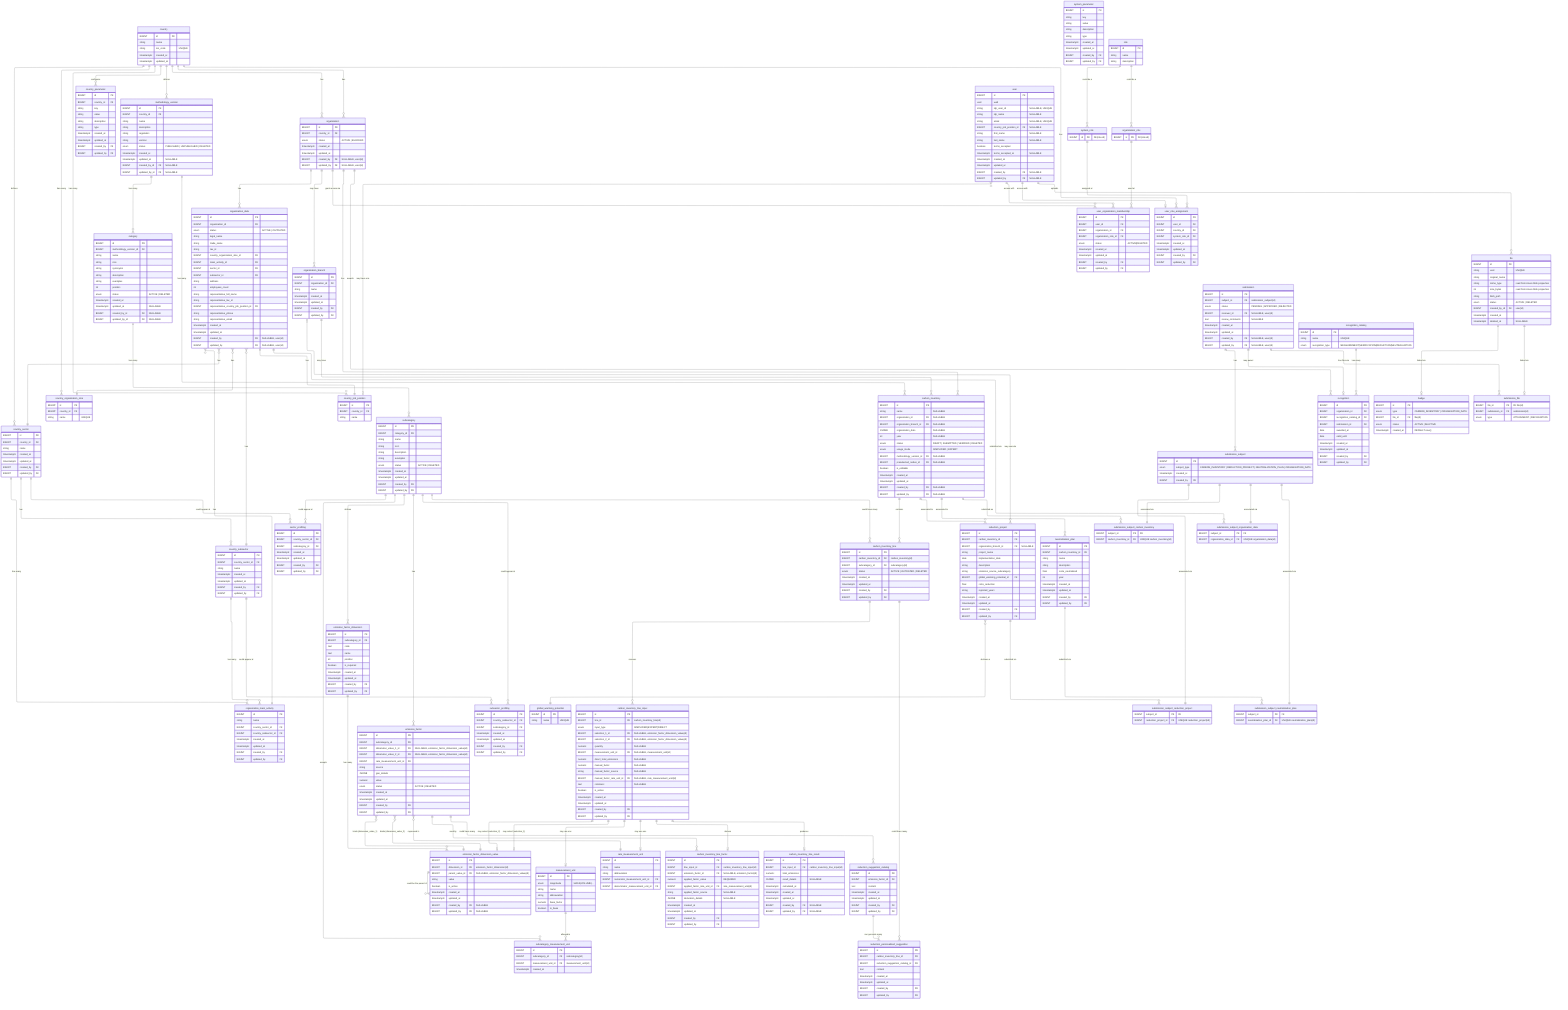
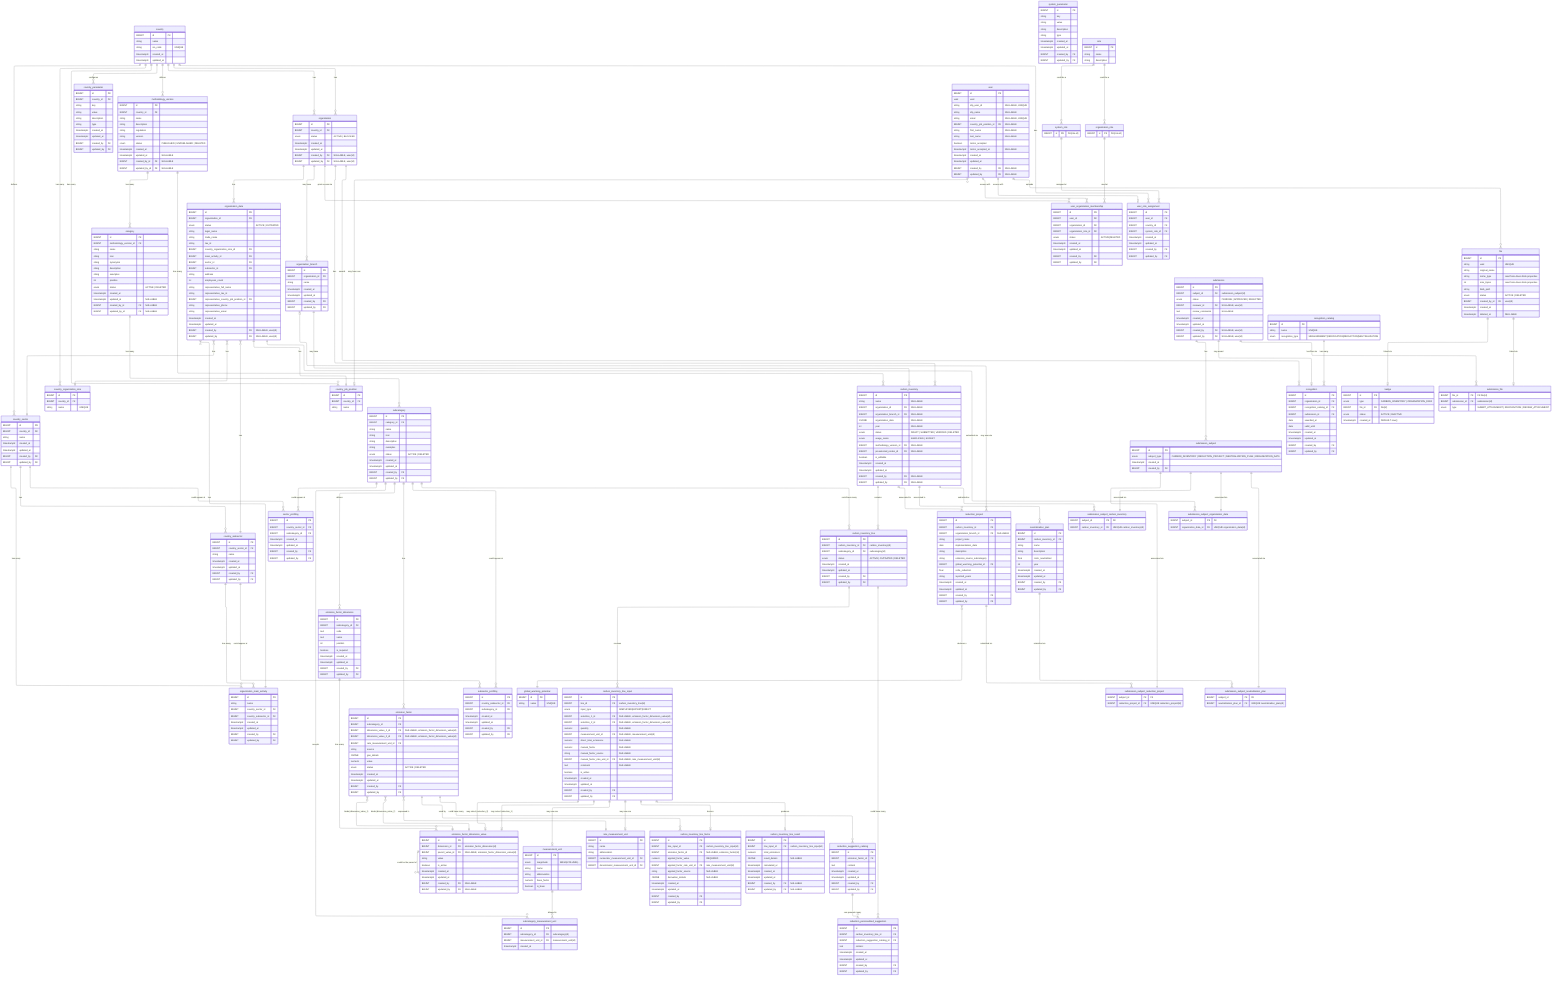
---
config:
  layout: elk
---
erDiagram
	direction TB

	%% ============================================================
	%% Design Principles
	%% ============================================================

	%% 🔷 Core Modeling Principles
	%% 	1.	Each table has a single, well-defined responsibility
	%% Tables are designed to represent one concept only (e.g. configuration, input, result, workflow), avoiding mixed concerns.

	%% 	2.	Relationships reflect real business rules, not just foreign keys
	%% Cardinalities and optionality are chosen to express domain constraints, not merely technical implementation details.

	%% 	3.	Nullability is intentional and meaningful
	%% Nullable fields indicate valid domain states (e.g. optional associations, draft data), not incomplete design.

	%% ⸻

	%% 🔷 Configuration & Reference Data
	%% 	4.	Reference data is normalized and centralized
	%% Shared concepts (statuses, units, potentials) are defined once and reused across the system.

	%% 	5.	Volatile enums are modeled as tables, not database ENUMs
	%% Any value expected to evolve (statuses, workflows) is stored in catalog tables to avoid schema migrations.

	%% 	6.	Stable physical concepts may use ENUMs
	%% Concepts that are scientifically stable (e.g. unit magnitude, usage mode) may use database ENUMs for safety and clarity.

	%% ⸻

	%% 🔷 Methodology & Emission Factors

	%% 	7.	Methodology is versioned and country-scoped
	%% All categories, subcategories, and factors belong to a specific methodology version tied to a country.

	%% 	8.	Emission factors are defined by standardized dimensions, not free text
	%% User selections and factor matching are driven by normalized dimension values to ensure consistency and correctness.

	%% 	9.	Dimension cardinality reflects domain reality, not generic flexibility
	%% Emission factors support up to two dimensions by design, matching current methodology requirements and admin workflows.

	%% 	10.	Administrative workflows are hierarchical and sequential
	%% New entities are created top-down (category → subcategory → dimension → value → factor), enforcing consistency at each level.

	%% ⸻

	%% 🔷 Inventory & Calculation

	%% 	11.	Input, factor selection, and results are modeled as separate concerns
	%% User input, factor derivation, and calculated results are stored in distinct tables for clarity and auditability.

	%% 	12.	Results are always derived from immutable input snapshots
	%% Calculated emissions reference the exact input used, ensuring reproducibility even if inputs change later.

	%% 	13.	Historical data is preserved; updates create new versions
	%% Changes do not overwrite previous data but create new records, maintaining a complete audit trail.

	%% ⸻

	%% 🔷 Workflow & Submissions

	%% 	14.	Workflows are modeled as data, not booleans
	%% Submissions, approvals, and recognitions are represented explicitly rather than inferred from flags.

	%% 	15.	Polymorphism is handled via explicit subject tables
	%% Submissions reference a generic subject entity with concrete subtype tables, avoiding nullable polymorphic foreign keys.

	%% 	16.	Recognitions are awarded based on submissions, not raw entities
	%% This ensures all awards are traceable to a validated review process.

	%% ⸻

	%% 🔷 Audit & Governance

	%% 	17.	Audit fields are applied based on responsibility and mutability
	%% Operational tables are auditable; reference and system-owned tables may omit audit fields by design.

	%% 	18.	System-generated data does not pretend to have an author
	%% Automatically calculated results record timestamps but not created_by or updated_by.

	%% 	19.	Database constraints enforce correctness wherever possible
	%% Uniqueness, consistency, and invariants are enforced at the database level rather than relying solely on application logic.


	%% ⸻

	%% 🔷 Evolution & Maintainability

	%% 	20.	Design favors clarity and correctness over premature generalization
	%% Flexibility is introduced only when driven by real domain requirements, not hypothetical future use cases.

	%% 	21.	Future extensions are possible without breaking existing data
	%% The model anticipates evolution (e.g. new methodologies, new workflows) while keeping current usage simple and explicit.

	%% ⸻

	%% These principles are intentional.
	%% Changes to the model should preserve these invariants unless there is a clear domain-driven reason to evolve them.

	%% ============================================================
	%% 🟦 Country & configuration (7)
	%% ============================================================

	country {
		BIGINT id PK ""
		string name  ""
		string iso_code "UNIQUE"
		timestamptz created_at  ""
		timestamptz updated_at  ""
	}

	country_parameter {
		BIGINT id PK ""
		BIGINT country_id FK ""
		string key  ""
		string value  ""
		string description  ""
		string type  ""
		timestamptz created_at  ""
		timestamptz updated_at  ""
		BIGINT created_by FK ""
		BIGINT updated_by FK ""
	}

	system_parameter {
		BIGINT id PK ""
		string key  ""
		string value  ""
		string description  ""
		string type  ""
		timestamptz created_at  ""
		timestamptz updated_at  ""
		BIGINT created_by FK ""
		BIGINT updated_by FK ""
	}

	country_sector {
		BIGINT id PK ""
		BIGINT country_id FK ""
		string name  ""
		timestamptz created_at  ""
		timestamptz updated_at  ""
		BIGINT created_by FK ""
		BIGINT updated_by FK ""
	}

	country_subsector {
		BIGINT id PK ""
		BIGINT country_sector_id FK ""
		string name  ""
		timestamptz created_at  ""
		timestamptz updated_at  ""
		BIGINT created_by FK ""
		BIGINT updated_by FK ""
	}

	country_organization_size {
		BIGINT id PK ""
		BIGINT country_id FK ""
		string name  "UNIQUE"
	}

	organization_main_activity {
		BIGINT id PK ""
		string name ""
		BIGINT country_sector_id FK ""
		BIGINT country_subsector_id FK ""
		timestamptz created_at ""
		timestamptz updated_at ""
		BIGINT created_by FK ""
		BIGINT updated_by FK ""
	}

	country_job_position {
		BIGINT id PK ""
		BIGINT country_id FK ""
		string name  ""
	}

	%% ============================================================
	%% 🟩 Methodology & factors (10)
	%% ============================================================

	methodology_version {
		BIGINT id PK ""
		BIGINT country_id FK ""
		string name  ""
		string description  ""
		string regulation ""
		string version ""
		enum status "PUBLISHED | UNPUBLISHED | DELETED"
		timestamptz created_at  ""
		timestamptz updated_at  "NULLABLE"
		BIGINT created_by_id FK "NULLABLE"
		BIGINT updated_by_id FK "NULLABLE"
		%% Enforce via trigger at most 1 active per country
	}

	category {
		BIGINT id PK ""
		BIGINT methodology_version_id FK ""
		string name ""
		string icon ""
		%% just for displaying
		string synonyms ""
		%% just for displaying
		string description ""
		%% just for displaying
		string examples ""
		%% Position must be > 0 (enforced by DB CHECK constraint)
		int position ""
		enum status "ACTIVE | DELETED"
		timestamptz created_at  ""
		timestamptz updated_at  "NULLABLE"
		BIGINT created_by_id FK "NULLABLE"
		BIGINT updated_by_id FK "NULLABLE"
		%% UNIQUE(methodology_version_id, name)
		%% UNIQUE(methodology_version_id, position)
	}

	subcategory {
		BIGINT id PK ""
		BIGINT category_id FK ""
		string name  ""
		string icon ""
		%% just for displaying
		string description  ""
		%% just for displaying
		string examples ""
		enum status "ACTIVE | DELETED"
		timestamptz created_at  ""
		timestamptz updated_at  ""
		BIGINT created_by FK ""
		BIGINT updated_by FK ""
	}

	emission_factor_dimension {
		BIGINT id PK ""
		BIGINT subcategory_id FK ""
		%% Like: FUEL_GROUP, FUEL_TYPE, GAS_TYPE
		text code ""
		%% Like: Tipo de combustible, Tipo de gas
		text name ""
		%% Like: 1, 2, 3 (order in UI & logic)
		int position ""
		boolean is_required ""
		timestamptz created_at  ""
		timestamptz updated_at  ""
		BIGINT created_by FK ""
		BIGINT updated_by FK ""
		%% UNIQUE(subcategory_id, position),
		%% UNIQUE(subcategory_id, code)
	}

	emission_factor_dimension_value {
		BIGINT id PK ""
		BIGINT dimension_id FK "emission_factor_dimension(id)"
		BIGINT parent_value_id FK "NULLABLE, emission_factor_dimension_value(id)"
		%% Like: Natural gas, Diesel, Kerosene, etc
		string value ""
		boolean is_active ""
		timestamptz created_at  ""
		timestamptz updated_at  ""
		BIGINT created_by FK "NULLABLE"
		BIGINT updated_by FK "NULLABLE"
		%% UNIQUE(dimension_id, value)
	}

	emission_factor {
		BIGINT id PK ""
		BIGINT subcategory_id FK ""
		%% Emission factors currently support up to two dimensions via fixed columns.
		%% A binding table was considered for unbounded dimensions but intentionally not used to keep queries and constraints simple.
		BIGINT dimension_value_1_id FK "NULLABLE, emission_factor_dimension_value(id)"
		BIGINT dimension_value_2_id FK "NULLABLE, emission_factor_dimension_value(id)"
		BIGINT rate_measurement_unit_id FK ""
		string source  ""
		JSONB gas_details ""
		numeric value  ""
		enum status "ACTIVE | DELETED"
		timestamptz created_at  ""
		timestamptz updated_at  ""
		BIGINT created_by FK ""
		BIGINT updated_by FK ""
		%% Enforce UNIQUE (subcategory_id, dimension_value_1_id, dimension_value_2_id) WHERE status = 'ACTIVE'
	}

	sector_profiling {
		BIGINT id PK ""
		BIGINT country_sector_id FK ""
		BIGINT subcategory_id FK ""
		timestamptz created_at  ""
		timestamptz updated_at  ""
		BIGINT created_by FK ""
		BIGINT updated_by FK ""
		%% UNIQUE(country_sector_id, subcategory_id)
	}

	subsector_profiling {
		BIGINT id PK ""
		BIGINT country_subsector_id FK ""
		BIGINT subcategory_id FK ""
		timestamptz created_at  ""
		timestamptz updated_at  ""
		BIGINT created_by FK ""
		BIGINT updated_by FK ""
		%% UNIQUE(country_subsector_id, subcategory_id)
	}

	measurement_unit {
		BIGINT id PK ""
		enum magnitude  "MASS|VOLUME|..."
		string name  ""
		string abbreviation  ""
		numeric base_factor  ""
		boolean is_base  ""
		%% Enforce UNIQUE (magnitude) WHERE is_base = true
	}

	rate_measurement_unit {
		BIGINT id PK ""
		string name  ""
		string abbreviation  ""
		BIGINT numerator_measurement_unit_id FK ""
		BIGINT denominator_measurement_unit_id FK ""
	}

	subcategory_measurement_unit {
		BIGINT id PK ""
		BIGINT subcategory_id FK "subcategory(id)"
		BIGINT measurement_unit_id FK "measurement_unit(id)"
		timestamptz created_at ""
		%% UNIQUE(subcategory_id, measurement_unit_id)
	}

	global_warming_potential {
		BIGINT id PK ""
		string name "UNIQUE"
		%% AR4, AR5, etc...
	}

	%% ============================================================
	%% 🟨 Organizations & users (8)
	%% ============================================================

	organization {
		BIGINT id PK
		BIGINT country_id FK
		enum status "ACTIVE | BLOCKED"
		timestamptz created_at
		timestamptz updated_at
		BIGINT created_by FK "NULLABLE, user(id)"
		BIGINT updated_by FK "NULLABLE, user(id)"
  	}

	organization_data {
		BIGINT id PK
		BIGINT organization_id FK
		enum status "ACTIVE | OUTDATED"

		%% organization data
		string legal_name
		string trade_name
		string tax_id
		BIGINT country_organization_size_id FK
		BIGINT main_activity_id FK
		BIGINT sector_id FK
		BIGINT subsector_id FK
		string address
		int employees_count

		%% representative data
		string representative_full_name
		string representative_tax_id
		BIGINT representative_country_job_position_id FK
		string representative_phone
		string representative_email

		timestamptz created_at
		timestamptz updated_at
		BIGINT created_by FK "NULLABLE, user(id)"
		BIGINT updated_by FK "NULLABLE, user(id)"
	}

	organization_branch {
		BIGINT id PK ""
		BIGINT organization_id FK ""
		string name  ""
		timestamptz created_at  ""
		timestamptz updated_at  ""
		BIGINT created_by FK ""
		BIGINT updated_by FK ""
	}

	user {
		BIGINT id PK ""
		uuid uuid  ""
		string idp_user_id "NULLABLE, UNIQUE"
		string idp_name "NULLABLE"
		string email  "NULLABLE, UNIQUE"
		BIGINT country_job_position_id FK "NULLABLE"
		string first_name "NULLABLE"
		string last_name "NULLABLE"
		boolean terms_accepted ""
		timestamptz terms_accepted_at "NULLABLE"
		timestamptz created_at  ""
		timestamptz updated_at  ""
		BIGINT created_by FK "NULLABLE"
		BIGINT updated_by FK "NULLABLE"
	}

	%% abstract parent table
	role {
		BIGINT id PK ""
		string name ""
		string description ""
	}

	system_role {
		BIGINT id PK "FK(role.id)"
	}

	organization_role {
		BIGINT id PK "FK(role.id)"
	}


	user_organization_membership {
		BIGINT id PK ""
		BIGINT user_id FK ""
		BIGINT organization_id FK ""
		BIGINT organization_role_id FK ""
		enum status "ACTIVE|DELETED"
		timestamptz created_at  ""
		timestamptz updated_at  ""
		BIGINT created_by FK ""
		BIGINT updated_by FK ""
		%% UNIQUE(user_id, organization_id, organization_role_id)
	}

	user_role_assignment {
		BIGINT id PK ""
		BIGINT user_id FK ""
		BIGINT country_id FK ""
		BIGINT system_role_id FK ""
		timestamptz created_at  ""
		timestamptz updated_at  ""
		BIGINT created_by FK ""
		BIGINT updated_by FK ""
		%% UNIQUE(user_id, country_id, system_role_id)
	}

	%% ============================================================
	%% 🟧 Inventory & calculation (9)
	%% ============================================================

	%% organization & organization_branch will be NULL when user does not belong to any org.
	carbon_inventory {
		BIGINT id PK ""
		string name "NULLABLE"
		BIGINT organization_id FK "NULLABLE"
		BIGINT organization_branch_id FK "NULLABLE"
		JSONB organization_data "NULLABLE"
		int year "NULLABLE"
		enum status "DRAFT | SUBMITTED | VERIFIED | DELETED"
		enum usage_mode "SIMPLIFIED | EXPERT"
		BIGINT methodology_version_id FK "NULLABLE"
		BIGINT preselected_nodes_id FK "NULLABLE"
		boolean is_editable ""
		timestamptz created_at  ""
		timestamptz updated_at  ""
		BIGINT created_by FK "NULLABLE"
		BIGINT updated_by FK "NULLABLE"
	}

	%% A "line" represents what is being measured (subcategory) for a given inventory.
	%% We do not store quantities/factors/selections here. It's the anchor.
	carbon_inventory_line {
		BIGINT id PK ""
		BIGINT carbon_inventory_id FK "carbon_inventory(id)"
		BIGINT subcategory_id FK "subcategory(id)"
		enum status "ACTIVE | OUTDATED | DELETED"
		timestamptz created_at  ""
		timestamptz updated_at  ""
		BIGINT created_by FK ""
		BIGINT updated_by FK ""
	}

	carbon_inventory_line_input {
		BIGINT id PK ""
		BIGINT line_id FK "carbon_inventory_line(id)"
		enum input_type "SIMPLIFIED|EXPERT|DIRECT"

		%% the "dimension selections" (more on dimension standardization in section 4)
		BIGINT selection_1_id FK "NULLABLE, emission_factor_dimension_value(id)"
		BIGINT selection_2_id FK "NULLABLE, emission_factor_dimension_value(id)"

		numeric quantity "NULLABLE"
		BIGINT measurement_unit_id FK "NULLABLE, measurement_unit(id)"

		%% For DIRECT mode:
		numeric direct_total_emissions "NULLABLE"

		%% For EXPERT mode:
		numeric manual_factor "NULLABLE"
		string manual_factor_source "NULLABLE"
		BIGINT manual_factor_rate_unit_id FK "NULLABLE, rate_measurement_unit(id)"

		text comment "NULLABLE"
		boolean is_active ""
		timestamptz created_at  ""
		timestamptz updated_at  ""
		BIGINT created_by FK ""
		BIGINT updated_by FK ""
		%% Enforce only one active input per line: UNIQUE(line_id) WHERE is_active = true
	}

	%% This stores "what factor did we use, after conversions, and why" so results are reproducible.
	carbon_inventory_line_factor {
		BIGINT id PK ""
		BIGINT line_input_id FK "carbon_inventory_line_input(id)"

		%% chosen factor: either from catalog (simplified) or null for expert/direct
		BIGINT emission_factor_id FK "NULLABLE, emission_factor(id)"

		%% normalized factor actually used in the computation (post-conversion)
		%% REQUIRED: Must always be present for result reproducibility
		numeric applied_factor_value "REQUIRED"
		BIGINT applied_factor_rate_unit_id FK "rate_measurement_unit(id)"
		string applied_factor_source "NULLABLE"

		%% optionally store a JSON blob explaining conversion steps for auditability
		JSONB derivation_details "NULLABLE"

		timestamptz created_at  ""
		timestamptz updated_at  ""
		BIGINT created_by FK ""
		BIGINT updated_by FK ""
		%% Enforce 1 factor row per input: UNIQUE(line_input_id)
	}

	carbon_inventory_line_result {
		BIGINT id PK ""
		BIGINT line_input_id FK "carbon_inventory_line_input(id)"
		numeric total_emissions ""
		%% optionally store breakdown: per-gas, CO2e, etc.
		JSONB result_details "NULLABLE"
		timestamptz calculated_at ""
		timestamptz created_at  ""
		timestamptz updated_at  ""
		BIGINT created_by FK "NULLABLE"
		BIGINT updated_by FK "NULLABLE"
		%% Ensure 1 result per input: UNIQUE(line_input_id)
	}

	reduction_suggestion_catalog {
		BIGINT id PK ""
		BIGINT emission_factor_id FK ""
		text content  ""
		timestamptz created_at  ""
		timestamptz updated_at  ""
		BIGINT created_by FK ""
		BIGINT updated_by FK ""
	}

	%% We plan to create these suggestion with AI
	reduction_personalized_suggestion {
		BIGINT id PK ""
		BIGINT carbon_inventory_line_id FK ""
		BIGINT reduction_suggestion_catalog_id FK ""
		text content  ""
		timestamptz created_at  ""
		timestamptz updated_at  ""
		BIGINT created_by FK ""
		BIGINT updated_by FK ""
	}

	reduction_project {
		BIGINT id PK ""
		BIGINT carbon_inventory_id FK ""
		BIGINT organization_branch_id FK "NULLABLE"
		string project_name  ""
		date implementation_date  ""
		string description  ""
		string emission_source_subcategory  ""
		BIGINT global_warming_potential_id FK ""
		float co2e_reduction  ""
		string reported_years  ""
		timestamptz created_at  ""
		timestamptz updated_at  ""
		BIGINT created_by FK ""
		BIGINT updated_by FK ""
	}

	neutralization_plan {
		BIGINT id PK ""
		BIGINT carbon_inventory_id FK ""
		string name  ""
		string description  ""
		float co2e_neutralized  ""
		int year  ""
		timestamptz created_at  ""
		timestamptz updated_at  ""
		BIGINT created_by FK ""
		BIGINT updated_by FK ""
	}

	%% ============================================================
	%% 🟥 Submissions & recognition (7)
	%% ============================================================

	%% Read the docs about the submissions model design here: https://www.notion.so/Modelo-E-R-para-Submissions-2d318d2c8901805ab8f9eed2a9d9d702?source=copy_link
	%% The data within this table is immutable once created
	submission_subject {
		BIGINT id PK ""
		enum subject_type "CARBON_INVENTORY | REDUCTION_PROJECT | NEUTRALIZATION_PLAN | ORGANIZATION_DATA"
		timestamptz created_at  ""
		BIGINT created_by FK ""
	}

	%% The data within this table is immutable once created
	submission_subject_carbon_inventory {
		BIGINT subject_id PK "FK"
		BIGINT carbon_inventory_id FK "UNIQUE carbon_inventory(id)"
	}

	%% The data within this table is immutable once created
	submission_subject_reduction_project {
		BIGINT subject_id PK "FK"
		BIGINT reduction_project_id FK "UNIQUE reduction_project(id)"
	}

	%% The data within this table is immutable once created
	submission_subject_neutralization_plan {
		BIGINT subject_id PK "FK"
		BIGINT neutralization_plan_id FK "UNIQUE neutralization_plan(id)"
	}

	%% The data within this table is immutable once created
	submission_subject_organization_data {
		BIGINT subject_id PK "FK"
		BIGINT organization_data_id FK "UNIQUE organization_data(id)"
	}

	submission {
		BIGINT id PK ""
		BIGINT subject_id FK "submission_subject(id)"
		enum status "PENDING | APPROVED | REJECTED"
		BIGINT reviewer_id FK "NULLABLE, user(id)"
		text review_comments "NULLABLE"
		timestamptz created_at  ""
		timestamptz updated_at  ""
		BIGINT created_by FK "NULLABLE, user(id)"
		BIGINT updated_by FK "NULLABLE, user(id)"
		%% UNIQUE INDEX on subject_id WHERE status IN ('PENDING', 'APPROVED')
	}

	recognition_catalog {
		BIGINT id PK ""
		string name "UNIQUE"
		enum recognition_type  "MEASUREMENT|VERIFICATION|REDUCTION|NEUTRALIZATION"
	}

	recognition {
		BIGINT id PK ""
		BIGINT organization_id FK ""
		BIGINT recognition_catalog_id FK ""
		BIGINT submission_id FK ""
		date awarded_at  ""
		date valid_until  ""
		timestamptz created_at  ""
		timestamptz updated_at  ""
		BIGINT created_by FK ""
		BIGINT updated_by FK ""
	}

	%% ============================================================
	%% 🟪 Files & attachments (3)
	%% ============================================================

	%% Generic file metadata table. Ownership is resolved via link tables
	%% (badge, submission_file) following the same polymorphic pattern used by submission_subject.
	%% mime_type and size_bytes are read from Azure blob properties at confirm-upload time,
	%% not provided by the client.
	file {
		BIGINT id PK ""
		string uuid "UNIQUE"
		string original_name ""
		string mime_type "read from Azure blob properties"
		int size_bytes "read from Azure blob properties"
		string blob_path ""
		enum status "ACTIVE | DELETED"
		BIGINT created_by_id FK "user(id)"
		timestamptz created_at ""
		timestamptz deleted_at "NULLABLE"
	}

	%% Link table: file ↔ badge type
	%% Only one badge per type may have status ACTIVE at a time.
	%% Uploading a new badge automatically sets the previous one to INACTIVE.
	badge {
		BIGINT id PK ""
		enum type "CARBON_INVENTORY | ORGANIZATION_DATA"
		BIGINT file_id FK "file(id)"
		enum status "ACTIVE | INACTIVE"
		timestamptz created_at "DEFAULT now()"
	}

	%% Link table: file ↔ submission
	%% type distinguishes between document attachments and recognition certificates.
	submission_file {
		BIGINT file_id PK "FK file(id)"
		BIGINT submission_id FK "submission(id)"
- 		enum type "ATTACHMENT | RECOGNITION"
+ 		enum type "SUBMIT_ATTACHMENT | RECOGNITION | REVIEW_ATTACHMENT"
	}

	%% ============================================================
	%% Others
	%% ============================================================


%% ============================================================
%% Relationships
%% ============================================================

country
	country ||--o{ country_parameter : "configures"
	country ||--o{ country_sector : "defines"
	country ||--o{ methodology_version : "defines"
	country ||--o{ organization : "has"
	country ||--o{ user_role_assignment : "has"
	country ||--o{ country_organization_size: "has many"
	country ||--o{ country_job_position : "has many"
	country ||--o{ organization : "has"

country_sector
	country_sector ||--o{ country_subsector : "has"
	country_sector ||--o{ sector_profiling : "could appear at"
	country_sector ||--o{ organization_main_activity : "has many"

country_subsector
	country_subsector ||--o{ subsector_profiling : "could appear at"
	country_subsector ||--o{ organization_main_activity : "has many"

organization
	organization ||--o{ carbon_inventory : "has"
	organization ||--o{ organization_branch : "may have"
	organization ||--o{ recognition : "awards"
	organization ||--o{ user_organization_membership : "grant access via"
	organization ||--o{ organization_data : "has"

organization_data
	organization_data }o--|| country_organization_size : "has"
	organization_data }o--|| country_sector : "has"
	organization_data }o--|| country_subsector : "has"
	organization_data ||--|| country_job_position : "has"
	organization_data ||--o{ submission_subject_organization_data : "submitted via"
	organization_data }o--|| organization_main_activity : "has"


organization_branch
	organization_branch |o--o{ reduction_project : "may execute"
	organization_branch ||--o{ carbon_inventory : "may have"

recognition_catalog
	recognition_catalog ||--o{ recognition  : "has many"

role
	role ||--o{ system_role : "could be a"
	role ||--o{ organization_role : "could be a"
	organization_role ||--o{ user_organization_membership : "used at"
	system_role ||--o{ user_role_assignment : "assigned at"

user
	user ||--o{ user_organization_membership : "access with"
	user }o--o| country_job_position : "may have one"
	user ||--o| user_role_assignment : "access with"
	user ||--o{ file : "uploads"

methodology_version
	methodology_version ||--o{ carbon_inventory : "has many"
	methodology_version ||--o{ category : "has many"

category
	category ||--o{ subcategory : "has many"

subcategory
	subcategory ||--o{ emission_factor_dimension: "defines"
	%% A subcategory may exist with zero emission factors:
	subcategory ||--o{ emission_factor: "has"
	subcategory ||--o{ sector_profiling: "could appear at"
	subcategory ||--o{ subsector_profiling: "could appear at"
	subcategory ||--o{ carbon_inventory_line: "could have many"
	subcategory ||--o{ subcategory_measurement_unit: "accepts"

measurement_unit
	measurement_unit ||--o{ subcategory_measurement_unit: "allowed in"

emission_factor_dimension
	emission_factor_dimension ||--o{ emission_factor_dimension_value : "has many"

emission_factor_dimension_value
	emission_factor_dimension_value ||--o{ emission_factor_dimension_value : "could be the parent of"

emission_factor
	emission_factor ||--o{ reduction_suggestion_catalog : "could have many"
	emission_factor ||--o{ carbon_inventory_line_factor : "used by"
	emission_factor }o--|| rate_measurement_unit : "expressed in"
	%% At most 2 values, depending on subcategory configuration:
	emission_factor }o--|| emission_factor_dimension_value : "binds (dimension_value_1)"
	emission_factor }o--|| emission_factor_dimension_value : "binds (dimension_value_2)"

carbon_inventory
	carbon_inventory ||--o{ carbon_inventory_line: "contains"
	carbon_inventory ||--o{ submission_subject_carbon_inventory: "submitted as"
	carbon_inventory ||--o{ neutralization_plan: "associated to"
	carbon_inventory ||--o{ reduction_project: "associated to"

carbon_inventory_line
	carbon_inventory_line ||--o{ reduction_personalized_suggestion: "could have many"
	carbon_inventory_line ||--o{ carbon_inventory_line_input: "receives"

carbon_inventory_line_input
	carbon_inventory_line_input ||--o| emission_factor_dimension_value: "may select (selection_1)"
	carbon_inventory_line_input ||--o| emission_factor_dimension_value: "may select (selection_2)"
	carbon_inventory_line_input ||--o| measurement_unit: "may use one"
	carbon_inventory_line_input ||--o| rate_measurement_unit: "may use one"
	carbon_inventory_line_input ||--o| carbon_inventory_line_factor: "derives"
	carbon_inventory_line_input ||--o| carbon_inventory_line_result: "produces"

submission_subject
	submission_subject ||--|| submission_subject_carbon_inventory : "associated via"
	submission_subject ||--|| submission_subject_reduction_project : "associated via"
	submission_subject ||--|| submission_subject_neutralization_plan : "associated via"
	submission_subject ||--|| submission_subject_organization_data : "associated via"

submission
	submission ||--o| recognition: "may award"
	submission ||--o{ submission_subject: "has"
	submission ||--o{ submission_file: "has files via"

neutralization_plan
	neutralization_plan ||--o{ submission_subject_neutralization_plan : "submitted via"

reduction_project
	reduction_project ||--o{ submission_subject_reduction_project : "submitted via"
	reduction_project }o--|| global_warming_potential : "declares a"

reduction_suggestion_catalog
	reduction_suggestion_catalog ||--o{ reduction_personalized_suggestion : "can generate many"

file
	file ||--o| badge : "linked via"
	file ||--o| submission_file : "linked via"